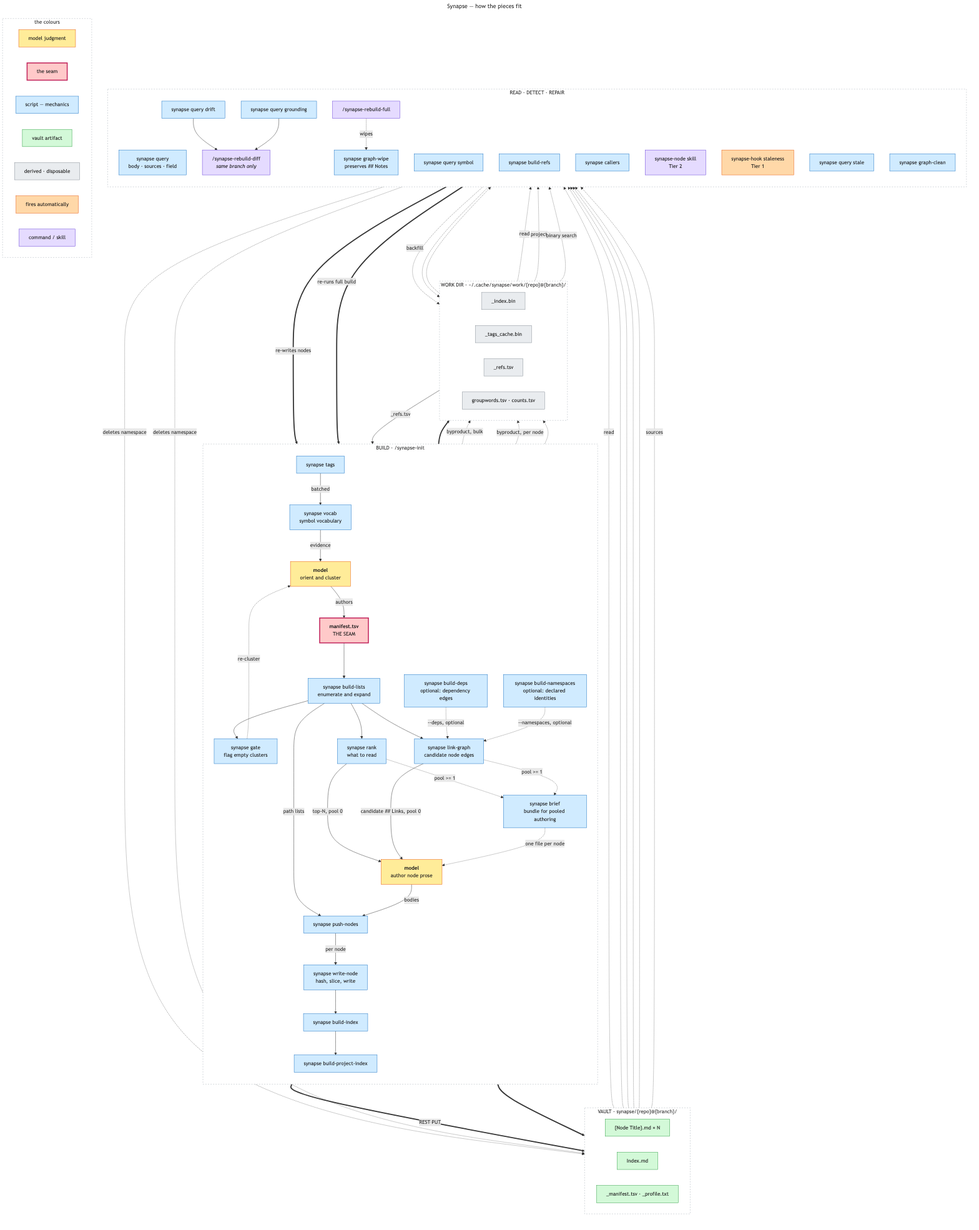
Before: docs/synapse/diagrams/synapse-pipeline.png, a diagram exported from Mermaid (imunitic/synapse). Its source is kept beside it as docs/synapse/diagrams/synapse-pipeline.mmd.
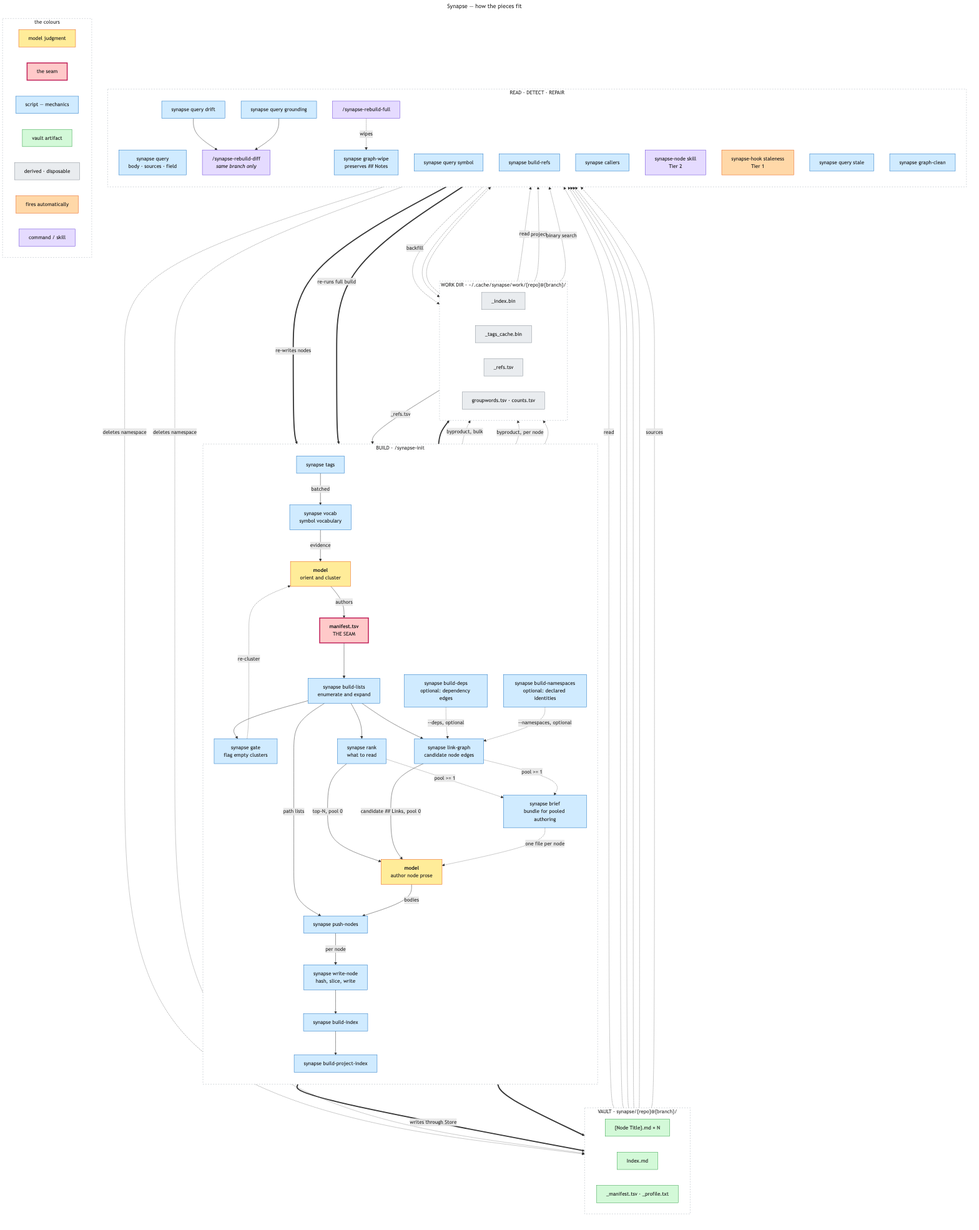
The same file after the commit.

Commit message:
docs: correct stale prose and diagram labels

The edit, as a diff of the source:
```diff
@@ -65,7 +65,7 @@
         WORDS["groupwords.tsv · counts.tsv"]
     end
 
-    WRITE ==>|"REST PUT"| NODE
+    WRITE ==>|"writes through Store"| NODE
     IDX ==> IDXBIN
     PIDX ==> INDEX
     VOCAB -.->|"byproduct, bulk"| TAGSCACHE
```
